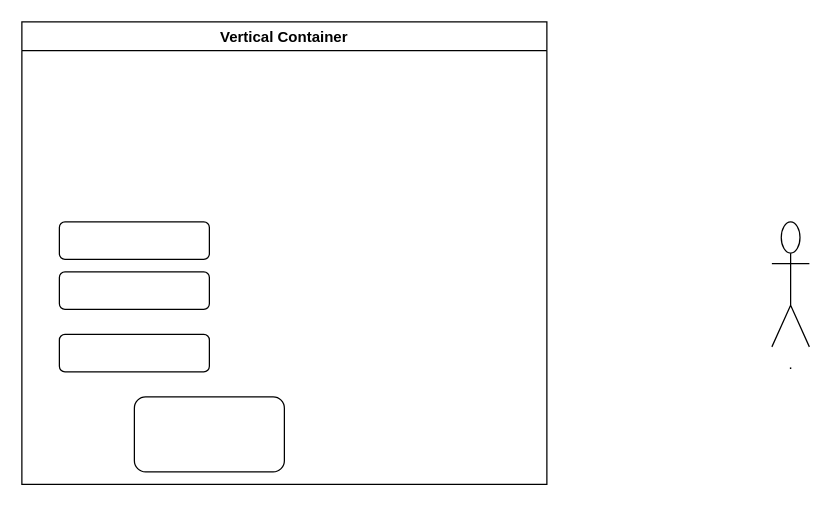
brennan-lee/ICS20-3-01-area-of-trapzoid keeps this draw.io diagram as design/test.drawio. Above is the earlier version. Source tidied: cells renumbered, new cells numbered last; positions are measured from the earlier drawing's top-left corner, leaving out a move shared by most shapes. Both pictures are drawn from the tidied source at 125%, with x=0, y=0 at pixel (21, 21).
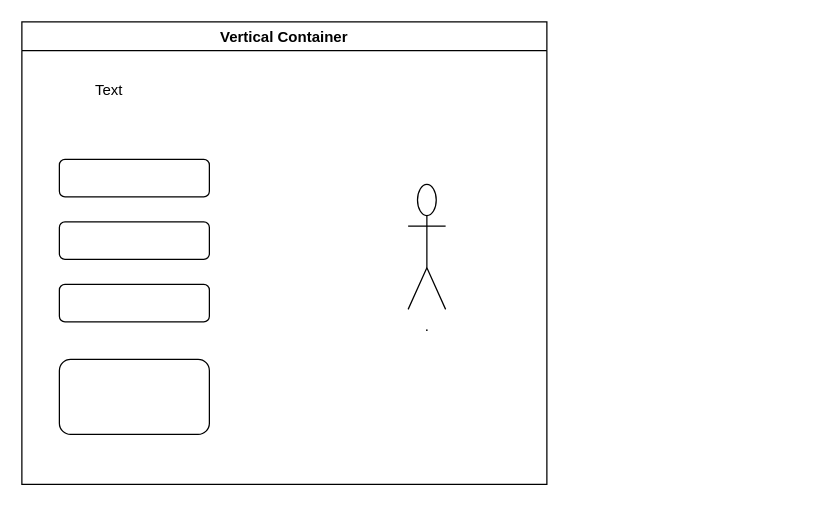
The same diagram, later.

The edit, as a diff of the source:
```diff
@@
 <mxGraphModel>
   <root>
     <mxCell id="0" />
     <mxCell id="1" parent="0" />
     <mxCell id="2" value="Vertical Container" style="swimlane;" parent="1" vertex="1">
       <mxGeometry width="420" height="370" as="geometry" />
     </mxCell>
     <mxCell id="3" style="rounded=1;whiteSpace=wrap;html=1;" parent="2" vertex="1">
-      <mxGeometry x="30" y="160" width="120" height="30" as="geometry" />
+      <mxGeometry x="30" y="110" width="120" height="30" as="geometry" />
     </mxCell>
     <mxCell id="4" style="rounded=1;whiteSpace=wrap;html=1;" parent="2" vertex="1">
-      <mxGeometry x="30" y="200" width="120" height="30" as="geometry" />
+      <mxGeometry x="30" y="160" width="120" height="30" as="geometry" />
     </mxCell>
     <mxCell id="5" style="rounded=1;whiteSpace=wrap;html=1;" parent="2" vertex="1">
-      <mxGeometry x="30" y="250" width="120" height="30" as="geometry" />
+      <mxGeometry x="30" y="210" width="120" height="30" as="geometry" />
     </mxCell>
     <mxCell id="6" style="rounded=1;whiteSpace=wrap;html=1;" parent="2" vertex="1">
-      <mxGeometry x="90" y="300" width="120" height="60" as="geometry" />
+      <mxGeometry x="30" y="270" width="120" height="60" as="geometry" />
     </mxCell>
-    <mxCell id="7" value=".&lt;br&gt;" style="shape=umlActor;verticalLabelPosition=bottom;verticalAlign=top;html=1;" parent="1" vertex="1">
-      <mxGeometry x="600" y="160" width="30" height="100" as="geometry" />
+    <mxCell id="7" value=".&lt;br&gt;" style="shape=umlActor;verticalLabelPosition=bottom;verticalAlign=top;html=1;" parent="2" vertex="1">
+      <mxGeometry x="309" y="130" width="30" height="100" as="geometry" />
     </mxCell>
+    <mxCell id="8" value="Text" style="text;html=1;strokeColor=none;fillColor=none;align=center;verticalAlign=middle;whiteSpace=wrap;rounded=0;" parent="2" vertex="1">
+      <mxGeometry x="40" y="40" width="60" height="30" as="geometry" />
+    </mxCell>
   </root>
 </mxGraphModel>
```
